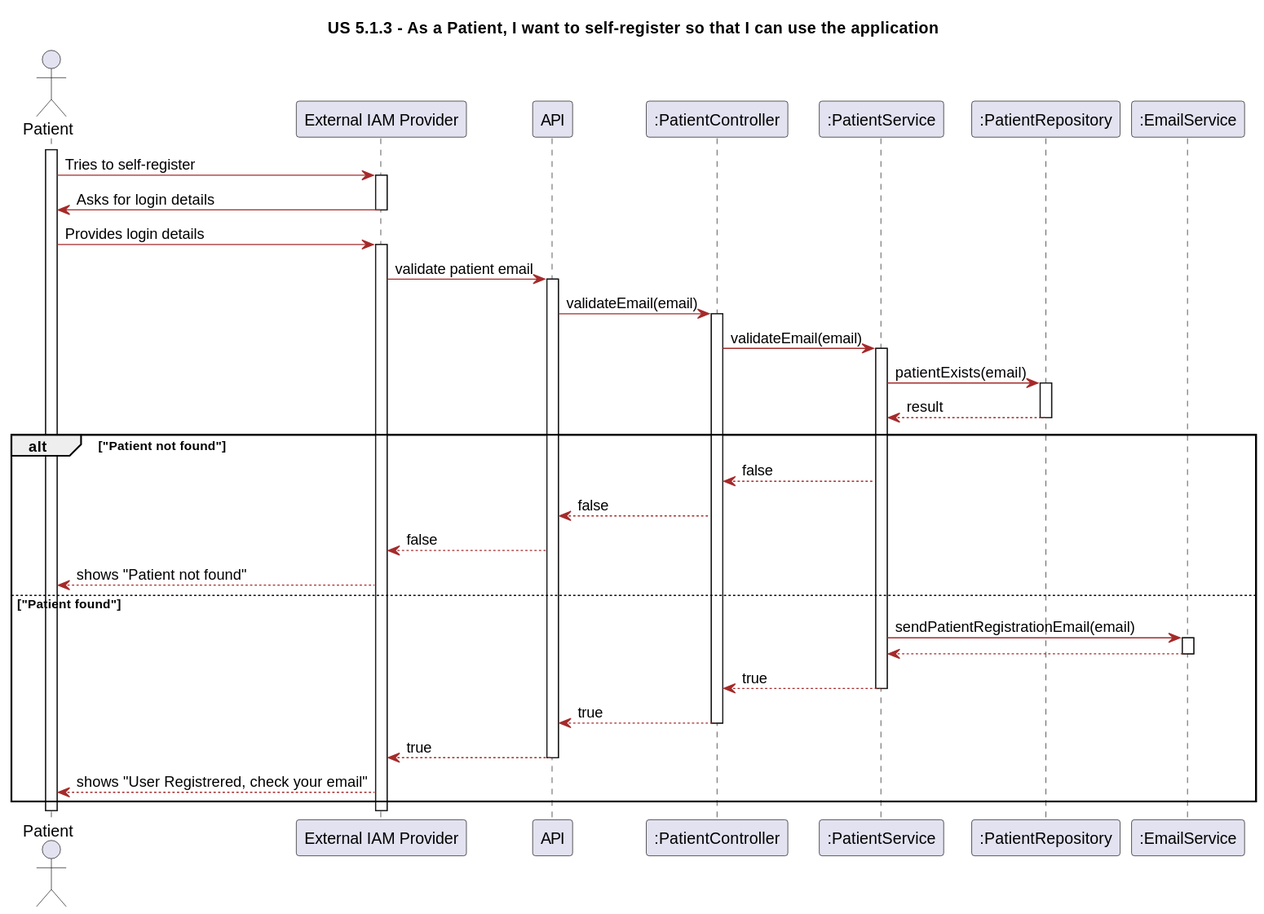
Earlier version of the PlantUML export Docs/Sprint1/UserStories/LAPR5/us513/design/svg/sequence-diagram.svg (LAPR5-043/sem_5_24_25_043).
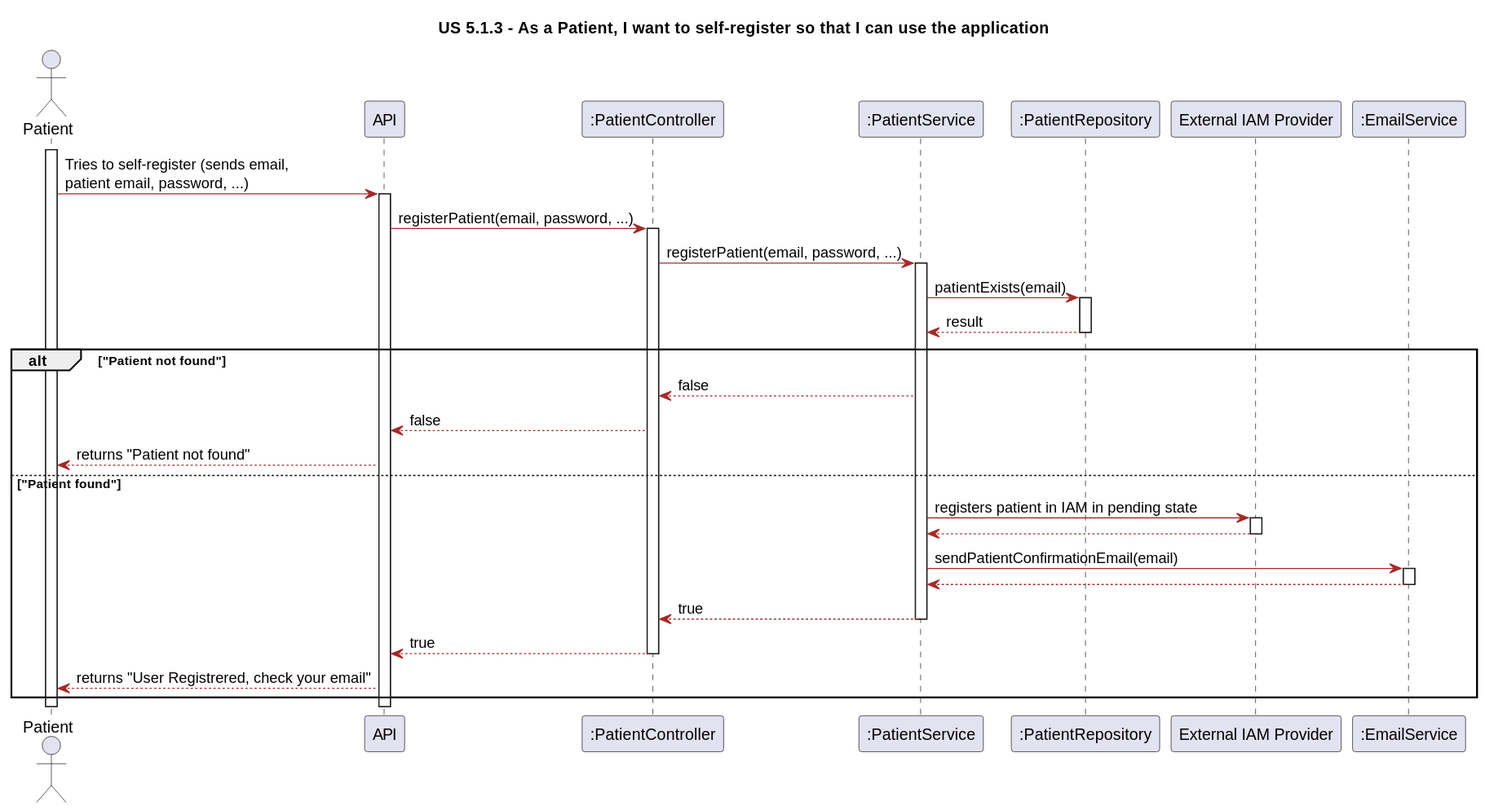
The same file after the commit.

The edit, as a diff of the source:
```diff
@@ -23,36 +23,24 @@
 
 actor "Patient" as P
 
-participant "External IAM Provider" as IAM
 participant "API" as API
 participant ":PatientController" as PC
 participant ":PatientService" as PS
 participant ":PatientRepository" as PR
+participant "External IAM Provider" as IAM
 participant ":EmailService" as ES
 
 activate P
 
-P -> IAM: Tries to self-register
-
-activate IAM
-
-IAM -> P: Asks for login details
-
-deactivate IAM
-
-P -> IAM: Provides login details
-
-activate IAM
-
-IAM -> API: validate patient email
+P -> API: Tries to self-register (sends email, \npatient email, password, ...)
 
 activate API
 
-API -> PC: validateEmail(email)
+API -> PC: registerPatient(email, password, ...)
 
 activate PC
 
-PC -> PS: validateEmail(email)
+PC -> PS: registerPatient(email, password, ...)
 
 activate PS
 
@@ -70,13 +58,19 @@
 
     PC --> API: false
 
-    API --> IAM: false
-
-    IAM --> P: shows "Patient not found"
+    API --> P: returns "Patient not found"
 
 else "Patient found"
 
-    PS -> ES: sendPatientRegistrationEmail(email)
+    PS -> IAM: registers patient in IAM in pending state
+
+    activate IAM
+
+    IAM --> PS:
+
+    deactivate IAM
+
+    PS -> ES: sendPatientConfirmationEmail(email)
 
     activate ES
 
@@ -92,10 +86,7 @@
 
     deactivate PC
 
-    API --> IAM: true
+    API --> P: returns "User Registrered, check your email"
 
-    deactivate API
-
-    IAM --> P: shows "User Registrered, check your email"
 end
 @enduml
```
